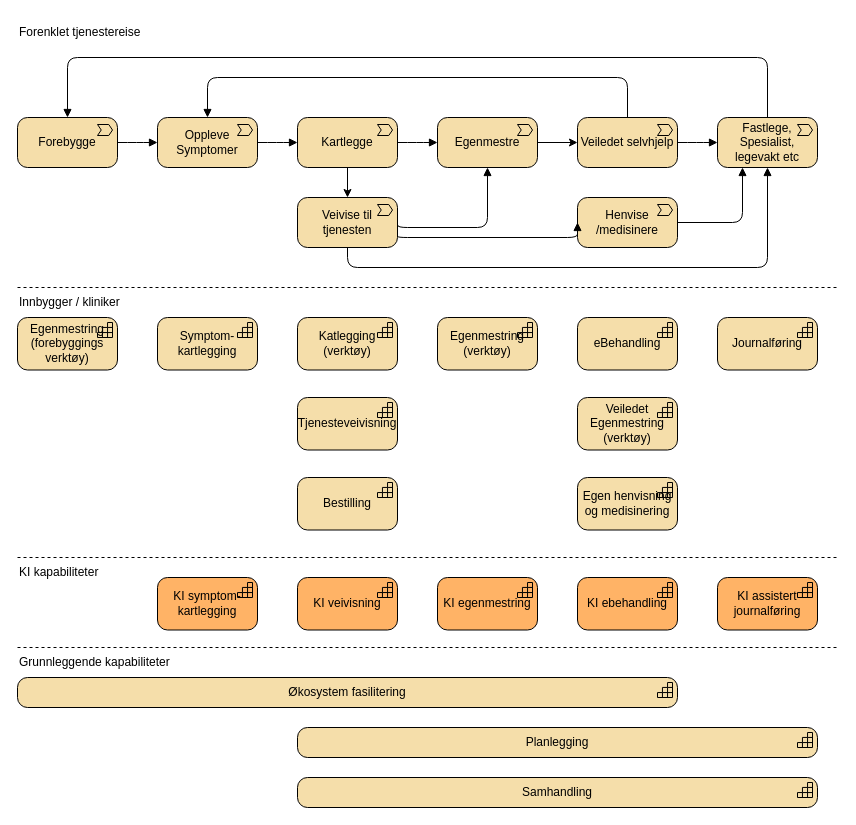
This is page "Verdikjede-overordnet" (1 of 3) of docs/interessent/value-chain.drawio from hdir/Digital-Forstelinje, a draw.io file, before an edit. Source tidied: cells renumbered, new cells numbered last; positions are measured from the earlier drawing's top-left corner, leaving out a move shared by most shapes. Both pictures are drawn from the tidied source at 100%, with x=0, y=0 at pixel (17, 17).
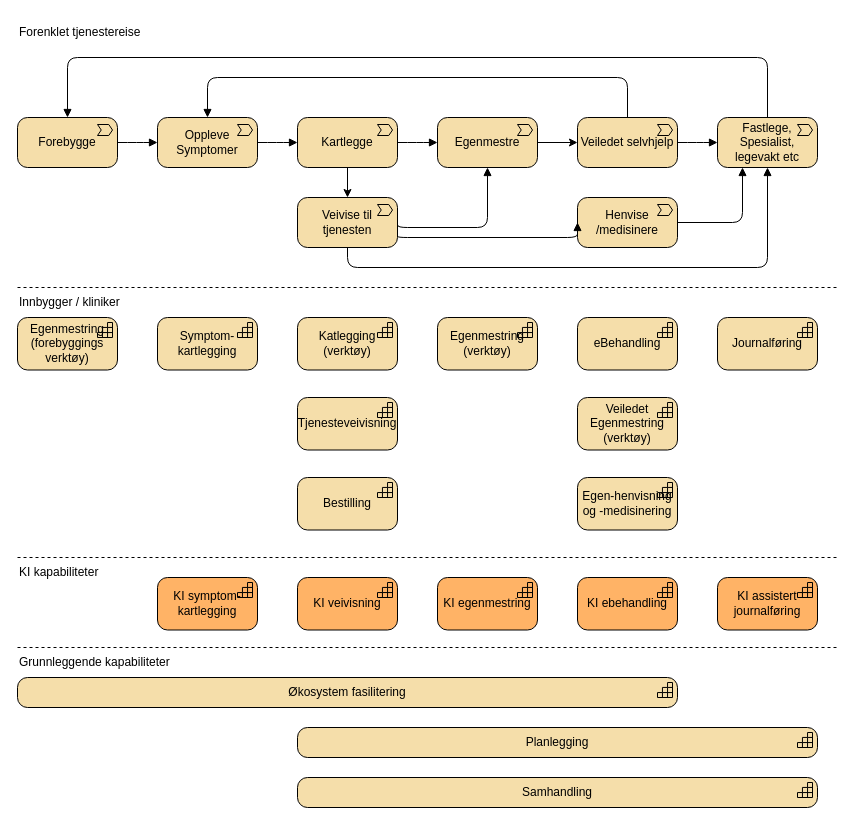
The same diagram, later.

Change to the diagram source:
```diff
@@
-    <mxCell id="45" value="Egen henvisning og medisinering" style="html=1;whiteSpace=wrap;fillColor=#F5DEAA;shape=mxgraph.archimate3.application;appType=capability;archiType=rounded;" parent="1" vertex="1">
+    <mxCell id="45" value="Egen-henvisning og -medisinering" style="html=1;whiteSpace=wrap;fillColor=#F5DEAA;shape=mxgraph.archimate3.application;appType=capability;archiType=rounded;" parent="1" vertex="1">
       <mxGeometry x="560" y="460" width="100" height="52.5" as="geometry" />
     </mxCell>
```
